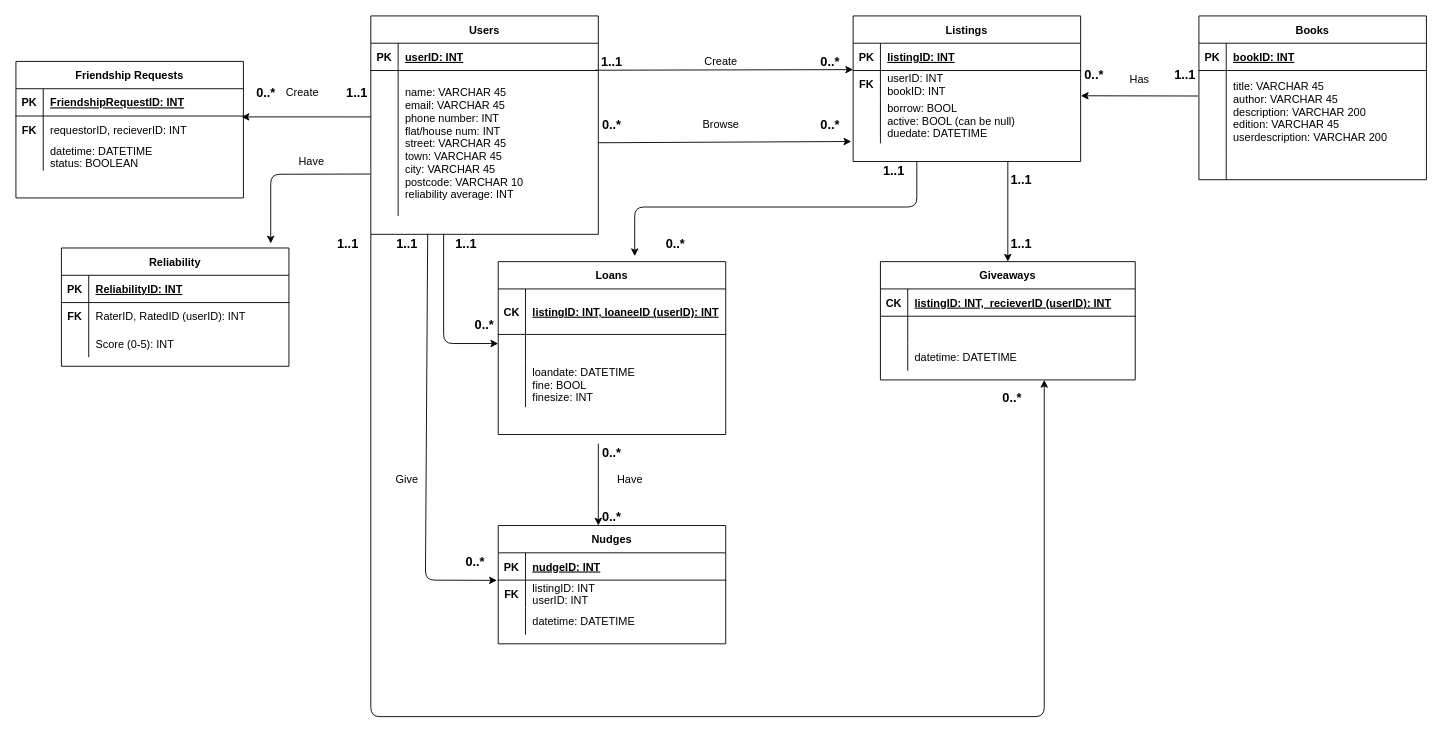
Above: CourseworkER.drawio in willdonlan8/hello-world (draw.io), before the change. Source tidied: cells renumbered, new cells numbered last; positions are measured from the earlier drawing's top-left corner, leaving out a move shared by most shapes. Both pictures are drawn from the tidied source at 91%, with x=0, y=0 at pixel (15, 15).
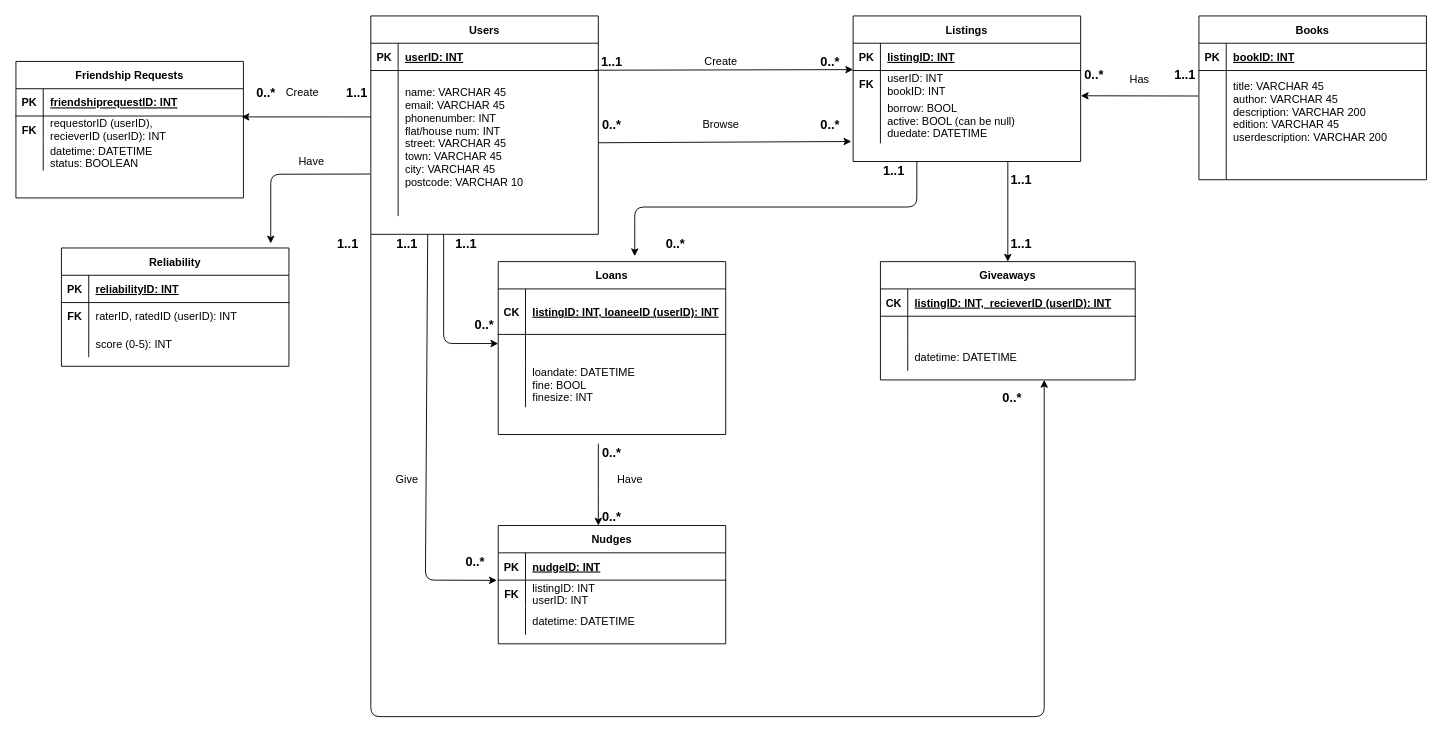
The same diagram, later.

Unchanged cells that the change refers to:
```xml
<mxCell id="26" style="shape=partialRectangle;fillColor=none;points=[[0,0.5],[1,0.5]];portConstraint=eastwest;top=0;left=0;right=0;bottom=0;" parent="22" vertex="1">
  <mxGeometry y="60" width="250" height="160" as="geometry" />
</mxCell>
<mxCell id="30" style="shape=partialRectangle;fillColor=none;top=0;left=0;right=0;bottom=1;" parent="29" vertex="1">
  <mxGeometry y="30" width="250" height="30" as="geometry" />
</mxCell>
<mxCell id="33" style="shape=partialRectangle;fillColor=none;points=[[0,0.5],[1,0.5]];portConstraint=eastwest;top=0;left=0;right=0;bottom=0;" parent="29" vertex="1">
  <mxGeometry y="60" width="250" height="30" as="geometry" />
</mxCell>
<mxCell id="98" style="shape=partialRectangle;fillColor=none;top=0;left=0;right=0;bottom=1;" parent="97" vertex="1">
  <mxGeometry y="30" width="250" height="30" as="geometry" />
</mxCell>
<mxCell id="101" style="shape=partialRectangle;fillColor=none;top=0;left=0;right=0;bottom=0;" parent="97" vertex="1">
  <mxGeometry y="60" width="250" height="30" as="geometry" />
</mxCell>
<mxCell id="104" style="shape=partialRectangle;fillColor=none;top=0;left=0;right=0;bottom=0;" parent="97" vertex="1">
  <mxGeometry y="90" width="250" height="30" as="geometry" />
</mxCell>
```

Change to the diagram source:
```diff
@@
-    <mxCell id="28" value="&#10;name: VARCHAR 45&#10;email: VARCHAR 45&#10;phone number: INT&#10;flat/house num: INT&#10;street: VARCHAR 45&#10;town: VARCHAR 45&#10;city: VARCHAR 45&#10;postcode: VARCHAR 10&#10;reliability average: INT&#10;" style="shape=partialRectangle;overflow=hidden;fillColor=none;top=0;left=0;bottom=0;right=0;align=left;spacingLeft=6;" parent="26" vertex="1">
+    <mxCell id="28" value="&#10;name: VARCHAR 45&#10;email: VARCHAR 45&#10;phonenumber: INT&#10;flat/house num: INT&#10;street: VARCHAR 45&#10;town: VARCHAR 45&#10;city: VARCHAR 45&#10;postcode: VARCHAR 10&#10;&#10;" style="shape=partialRectangle;overflow=hidden;fillColor=none;top=0;left=0;bottom=0;right=0;align=left;spacingLeft=6;" parent="26" vertex="1">
       <mxGeometry x="30" width="220" height="160" as="geometry" />
     </mxCell>
@@
-    <mxCell id="32" value="FriendshipRequestID: INT" style="shape=partialRectangle;overflow=hidden;fillColor=none;top=0;left=0;bottom=0;right=0;align=left;spacingLeft=6;fontStyle=5;" parent="30" vertex="1">
+    <mxCell id="32" value="friendshiprequestID: INT" style="shape=partialRectangle;overflow=hidden;fillColor=none;top=0;left=0;bottom=0;right=0;align=left;spacingLeft=6;fontStyle=5;" parent="30" vertex="1">
       <mxGeometry x="30" width="220" height="30" as="geometry" />
     </mxCell>
@@
-    <mxCell id="35" value="requestorID, recieverID: INT" style="shape=partialRectangle;overflow=hidden;fillColor=none;top=0;left=0;bottom=0;right=0;align=left;spacingLeft=6;fontStyle=0;" parent="33" vertex="1">
+    <mxCell id="35" value="requestorID (userID), &#10;recieverID (userID): INT" style="shape=partialRectangle;overflow=hidden;fillColor=none;top=0;left=0;bottom=0;right=0;align=left;spacingLeft=6;fontStyle=0;" parent="33" vertex="1">
       <mxGeometry x="30" width="220" height="30" as="geometry" />
     </mxCell>
@@
-    <mxCell id="100" value="ReliabilityID: INT" style="shape=partialRectangle;overflow=hidden;fillColor=none;top=0;left=0;bottom=0;right=0;align=left;spacingLeft=6;fontStyle=5;" parent="98" vertex="1">
+    <mxCell id="100" value="reliabilityID: INT" style="shape=partialRectangle;overflow=hidden;fillColor=none;top=0;left=0;bottom=0;right=0;align=left;spacingLeft=6;fontStyle=5;" parent="98" vertex="1">
       <mxGeometry x="30" width="220" height="30" as="geometry" />
     </mxCell>
@@
-    <mxCell id="103" value="RaterID, RatedID (userID): INT" style="shape=partialRectangle;overflow=hidden;fillColor=none;top=0;left=0;bottom=0;right=0;align=left;spacingLeft=6;" parent="101" vertex="1">
+    <mxCell id="103" value="raterID, ratedID (userID): INT" style="shape=partialRectangle;overflow=hidden;fillColor=none;top=0;left=0;bottom=0;right=0;align=left;spacingLeft=6;" parent="101" vertex="1">
       <mxGeometry x="30" width="220" height="30" as="geometry" />
     </mxCell>
@@
-    <mxCell id="106" value="Score (0-5): INT" style="shape=partialRectangle;overflow=hidden;fillColor=none;top=0;left=0;bottom=0;right=0;align=left;spacingLeft=6;" parent="104" vertex="1">
+    <mxCell id="106" value="score (0-5): INT" style="shape=partialRectangle;overflow=hidden;fillColor=none;top=0;left=0;bottom=0;right=0;align=left;spacingLeft=6;" parent="104" vertex="1">
       <mxGeometry x="30" width="220" height="30" as="geometry" />
     </mxCell>
```
